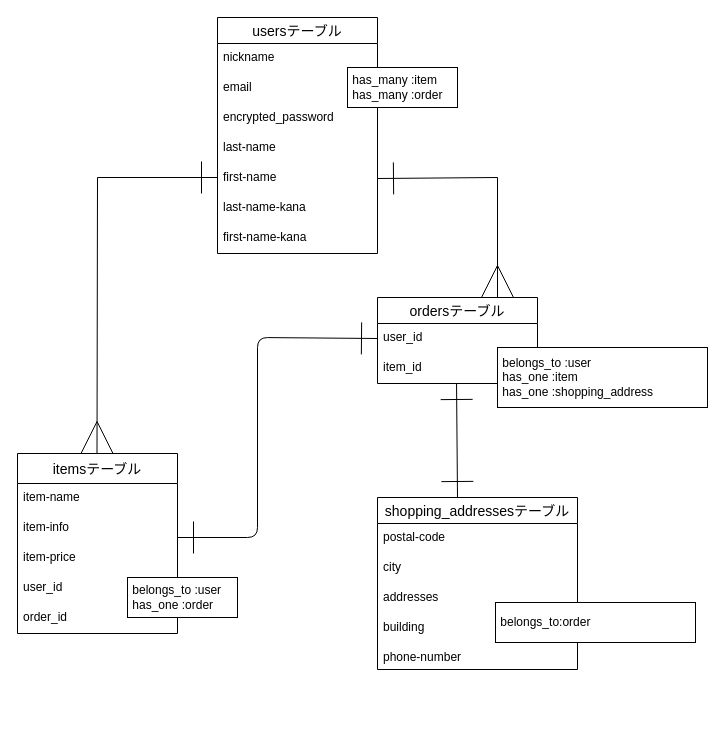
Above: furima.dio in aki3100/furima-39009 (draw.io), before the change. Source tidied: cells renumbered, new cells numbered last; positions are measured from the earlier drawing's top-left corner, leaving out a move shared by most shapes. Both pictures are drawn from the tidied source at 100%, with x=0, y=0 at pixel (17, 17).
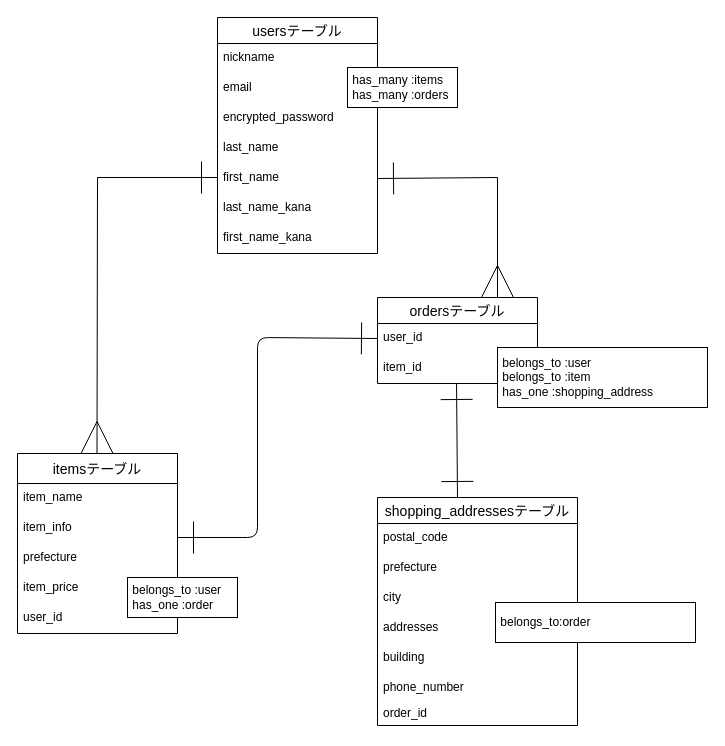
The same diagram, later.

Commit message (it also covers changes not shown here):
【訂正版】ER図・READMEを記述

Unchanged cells that the change refers to:
```xml
<mxCell id="2" value="itemsテーブル" style="swimlane;fontStyle=0;horizontal=1;startSize=30;align=center;fontSize=14;direction=east;" parent="1" vertex="1">
  <mxGeometry y="436" width="160" height="180" as="geometry" />
</mxCell>
<mxCell id="8" value="usersテーブル" style="swimlane;fontStyle=0;horizontal=1;startSize=26;align=center;fontSize=14;" parent="1" vertex="1">
  <mxGeometry x="200" width="160" height="236" as="geometry" />
</mxCell>
```

Change to the diagram source:
```diff
@@
-    <mxCell id="3" value="item-name" style="text;strokeColor=none;fillColor=none;spacingLeft=4;spacingRight=4;overflow=hidden;fontSize=12;" parent="2" vertex="1">
+    <mxCell id="3" value="item_name" style="text;strokeColor=none;fillColor=none;spacingLeft=4;spacingRight=4;overflow=hidden;fontSize=12;" parent="2" vertex="1">
       <mxGeometry y="30" width="160" height="30" as="geometry" />
     </mxCell>
-    <mxCell id="4" value="item-info" style="text;strokeColor=none;fillColor=none;spacingLeft=4;spacingRight=4;overflow=hidden;fontSize=12;" parent="2" vertex="1">
+    <mxCell id="4" value="item_info" style="text;strokeColor=none;fillColor=none;spacingLeft=4;spacingRight=4;overflow=hidden;fontSize=12;" parent="2" vertex="1">
       <mxGeometry y="60" width="160" height="30" as="geometry" />
     </mxCell>
+    <mxCell id="33" value="prefecture" style="text;strokeColor=none;fillColor=none;spacingLeft=4;spacingRight=4;overflow=hidden;fontSize=12;" parent="2" vertex="1">
+      <mxGeometry y="90" width="160" height="30" as="geometry" />
+    </mxCell>
-    <mxCell id="5" value="item-price" style="text;strokeColor=none;fillColor=none;spacingLeft=4;spacingRight=4;overflow=hidden;fontSize=12;" parent="2" vertex="1">
-      <mxGeometry y="90" width="160" height="30" as="geometry" />
+    <mxCell id="5" value="item_price" style="text;strokeColor=none;fillColor=none;spacingLeft=4;spacingRight=4;overflow=hidden;fontSize=12;" parent="2" vertex="1">
+      <mxGeometry y="120" width="160" height="30" as="geometry" />
     </mxCell>
     <mxCell id="6" value="user_id" style="text;strokeColor=none;fillColor=none;spacingLeft=4;spacingRight=4;overflow=hidden;fontSize=12;" parent="2" vertex="1">
-      <mxGeometry y="120" width="160" height="30" as="geometry" />
+      <mxGeometry y="150" width="160" height="30" as="geometry" />
     </mxCell>
-    <mxCell id="7" value="order_id" style="text;strokeColor=none;fillColor=none;spacingLeft=4;spacingRight=4;overflow=hidden;fontSize=12;" parent="2" vertex="1">
-      <mxGeometry y="150" width="160" height="30" as="geometry" />
-    </mxCell>
@@
-    <mxCell id="12" value="last-name" style="text;strokeColor=none;fillColor=none;spacingLeft=4;spacingRight=4;overflow=hidden;fontSize=12;" parent="8" vertex="1">
+    <mxCell id="12" value="last_name" style="text;strokeColor=none;fillColor=none;spacingLeft=4;spacingRight=4;overflow=hidden;fontSize=12;" parent="8" vertex="1">
       <mxGeometry y="116" width="160" height="30" as="geometry" />
     </mxCell>
-    <mxCell id="13" value="first-name" style="text;strokeColor=none;fillColor=none;spacingLeft=4;spacingRight=4;overflow=hidden;points=[[0,0.5],[1,0.5]];portConstraint=eastwest;fontSize=12;" parent="8" vertex="1">
+    <mxCell id="13" value="first_name" style="text;strokeColor=none;fillColor=none;spacingLeft=4;spacingRight=4;overflow=hidden;points=[[0,0.5],[1,0.5]];portConstraint=eastwest;fontSize=12;" parent="8" vertex="1">
       <mxGeometry y="146" width="160" height="30" as="geometry" />
     </mxCell>
-    <mxCell id="14" value="last-name-kana" style="text;strokeColor=none;fillColor=none;spacingLeft=4;spacingRight=4;overflow=hidden;fontSize=12;" parent="8" vertex="1">
+    <mxCell id="14" value="last_name_kana" style="text;strokeColor=none;fillColor=none;spacingLeft=4;spacingRight=4;overflow=hidden;fontSize=12;" parent="8" vertex="1">
       <mxGeometry y="176" width="160" height="30" as="geometry" />
     </mxCell>
-    <mxCell id="15" value="first-name-kana" style="text;strokeColor=none;fillColor=none;spacingLeft=4;spacingRight=4;overflow=hidden;fontSize=12;" parent="8" vertex="1">
+    <mxCell id="15" value="first_name_kana" style="text;strokeColor=none;fillColor=none;spacingLeft=4;spacingRight=4;overflow=hidden;fontSize=12;" parent="8" vertex="1">
       <mxGeometry y="206" width="160" height="30" as="geometry" />
     </mxCell>
     <mxCell id="16" value="shopping_addressesテーブル" style="swimlane;fontStyle=0;horizontal=1;startSize=26;align=center;fontSize=14;" parent="1" vertex="1">
-      <mxGeometry x="360" y="480" width="200" height="172" as="geometry" />
+      <mxGeometry x="360" y="480" width="200" height="228" as="geometry" />
     </mxCell>
-    <mxCell id="17" value="postal-code" style="text;strokeColor=none;fillColor=none;spacingLeft=4;spacingRight=4;overflow=hidden;fontSize=12;" parent="16" vertex="1">
+    <mxCell id="17" value="postal_code" style="text;strokeColor=none;fillColor=none;spacingLeft=4;spacingRight=4;overflow=hidden;fontSize=12;" parent="16" vertex="1">
       <mxGeometry y="26" width="200" height="30" as="geometry" />
     </mxCell>
+    <mxCell id="34" value="prefecture" style="text;strokeColor=none;fillColor=none;spacingLeft=4;spacingRight=4;overflow=hidden;fontSize=12;" parent="16" vertex="1">
+      <mxGeometry y="56" width="200" height="30" as="geometry" />
+    </mxCell>
     <mxCell id="18" value="city" style="text;strokeColor=none;fillColor=none;spacingLeft=4;spacingRight=4;overflow=hidden;fontSize=12;" parent="16" vertex="1">
-      <mxGeometry y="56" width="200" height="30" as="geometry" />
+      <mxGeometry y="86" width="200" height="30" as="geometry" />
     </mxCell>
     <mxCell id="19" value="addresses" style="text;strokeColor=none;fillColor=none;spacingLeft=4;spacingRight=4;overflow=hidden;fontSize=12;" parent="16" vertex="1">
-      <mxGeometry y="86" width="200" height="30" as="geometry" />
+      <mxGeometry y="116" width="200" height="30" as="geometry" />
     </mxCell>
     <mxCell id="20" value="building" style="text;strokeColor=none;fillColor=none;spacingLeft=4;spacingRight=4;overflow=hidden;fontSize=12;" parent="16" vertex="1">
-      <mxGeometry y="116" width="200" height="30" as="geometry" />
+      <mxGeometry y="146" width="200" height="30" as="geometry" />
     </mxCell>
-    <mxCell id="21" value="phone-number" style="text;strokeColor=none;fillColor=none;spacingLeft=4;spacingRight=4;overflow=hidden;fontSize=12;" parent="16" vertex="1">
-      <mxGeometry y="146" width="200" height="26" as="geometry" />
+    <mxCell id="21" value="phone_number" style="text;strokeColor=none;fillColor=none;spacingLeft=4;spacingRight=4;overflow=hidden;fontSize=12;" parent="16" vertex="1">
+      <mxGeometry y="176" width="200" height="26" as="geometry" />
     </mxCell>
+    <mxCell id="7" value="order_id" style="text;strokeColor=none;fillColor=none;spacingLeft=4;spacingRight=4;overflow=hidden;fontSize=12;" parent="16" vertex="1">
+      <mxGeometry y="202" width="200" height="26" as="geometry" />
+    </mxCell>
@@
-    <mxCell id="29" value="&amp;nbsp;has_many :item&lt;br&gt;&amp;nbsp;has_many :order" style="whiteSpace=wrap;html=1;align=left;" parent="1" vertex="1">
+    <mxCell id="29" value="&amp;nbsp;has_many :items&lt;br&gt;&amp;nbsp;has_many :orders" style="whiteSpace=wrap;html=1;align=left;" parent="1" vertex="1">
       <mxGeometry x="330" y="50" width="110" height="40" as="geometry" />
     </mxCell>
@@
-    <mxCell id="31" value="&amp;nbsp;belongs_to :user&lt;br&gt;&amp;nbsp;has_one :item&lt;br&gt;&amp;nbsp;has_one :&lt;span style=&quot;text-align: center;&quot;&gt;&lt;font style=&quot;font-size: 12px;&quot;&gt;shopping_address&lt;/font&gt;&lt;/span&gt;" style="whiteSpace=wrap;html=1;align=left;" parent="1" vertex="1">
+    <mxCell id="31" value="&amp;nbsp;belongs_to :user&lt;br&gt;&amp;nbsp;belongs_to&amp;nbsp;:item&lt;br&gt;&amp;nbsp;has_one :&lt;span style=&quot;text-align: center;&quot;&gt;&lt;font style=&quot;font-size: 12px;&quot;&gt;shopping_address&lt;/font&gt;&lt;/span&gt;" style="whiteSpace=wrap;html=1;align=left;" parent="1" vertex="1">
       <mxGeometry x="480" y="330" width="210" height="60" as="geometry" />
     </mxCell>
```
